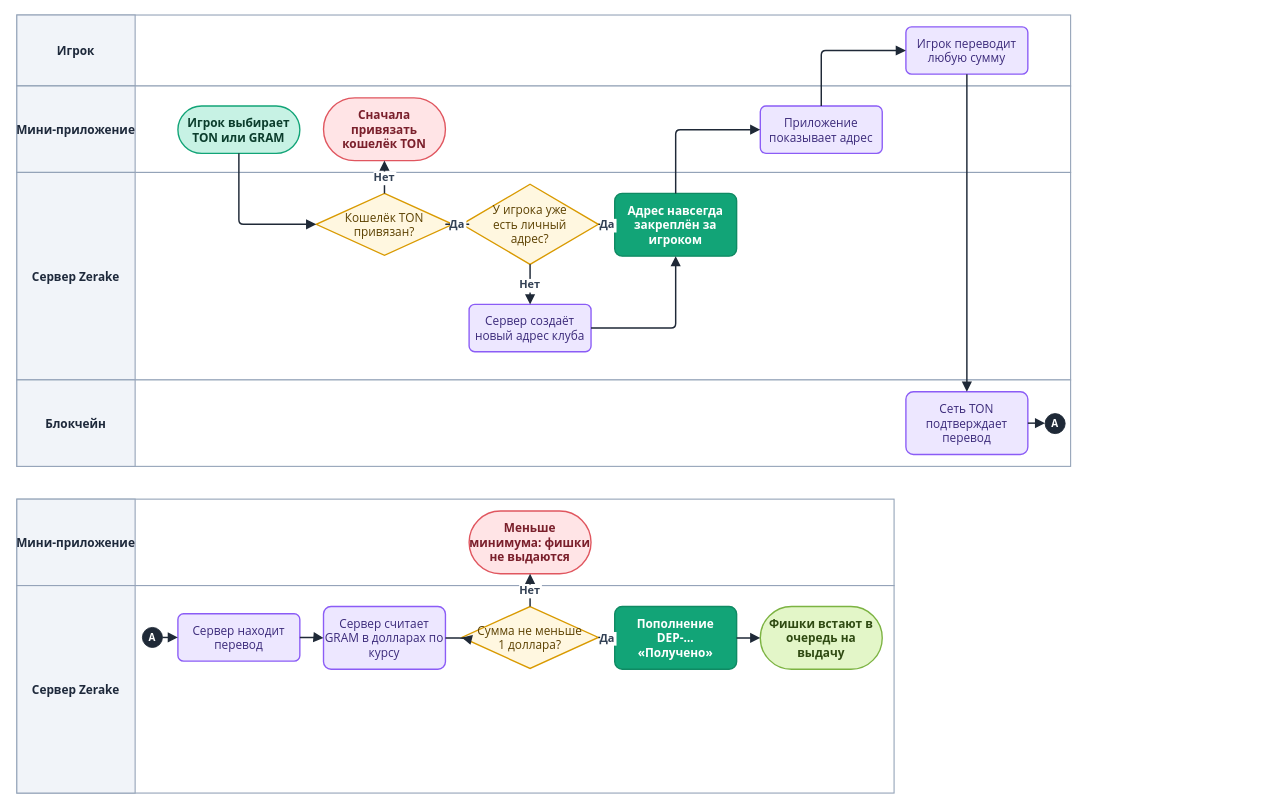
Before: diagrams/drawio/deposit-personal.drawio in LILSUFFER/zerake-docs, a draw.io diagram. Source tidied: cells renumbered, new cells numbered last; positions are measured from the earlier drawing's top-left corner, leaving out a move shared by most shapes. Both pictures are drawn from the tidied source at 91%, with x=0, y=0 at pixel (16, 15).
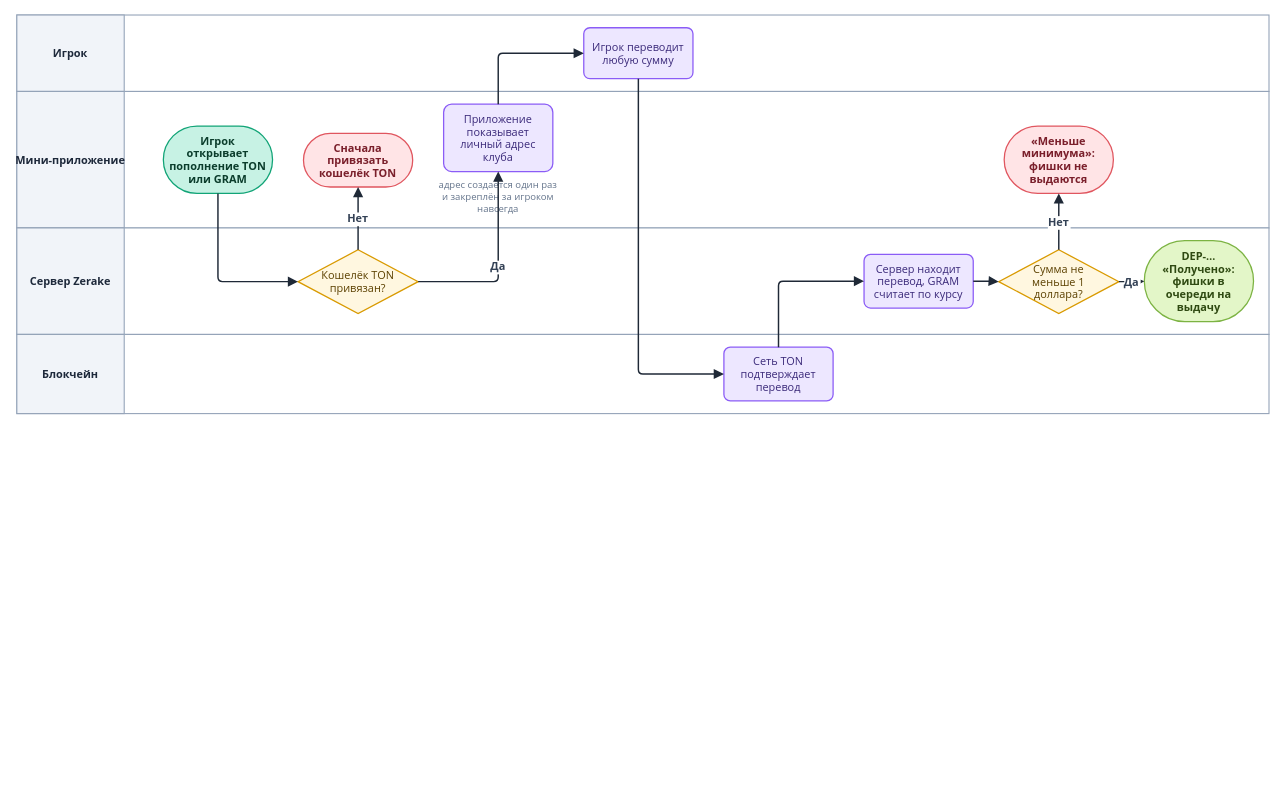
The same diagram, later.

Change to the diagram source:
```diff
@@
     <mxCell id="2" style="rounded=0;html=0;fillColor=#FFFFFF;strokeColor=#94A3B8;strokeWidth=1.2;" parent="1" vertex="1">
-      <mxGeometry width="1158" height="78" as="geometry" />
+      <mxGeometry width="1376" height="84" as="geometry" />
     </mxCell>
-    <mxCell id="3" value="Игрок" style="rounded=0;html=0;fillColor=#F1F4F9;strokeColor=#94A3B8;strokeWidth=1.2;fontColor=#1E293B;fontStyle=1;fontSize=13;fontFamily=Segoe UI;align=center;verticalAlign=middle;" parent="1" vertex="1">
-      <mxGeometry width="130" height="78" as="geometry" />
+    <mxCell id="3" value="Игрок" style="rounded=0;html=0;fillColor=#F1F4F9;strokeColor=#94A3B8;strokeWidth=1.2;fontColor=#1E293B;fontStyle=1;fontSize=12;fontFamily=Segoe UI;align=center;verticalAlign=middle;" parent="1" vertex="1">
+      <mxGeometry width="118" height="84" as="geometry" />
     </mxCell>
     <mxCell id="4" style="rounded=0;html=0;fillColor=#FFFFFF;strokeColor=#94A3B8;strokeWidth=1.2;" parent="1" vertex="1">
-      <mxGeometry y="78" width="1158" height="95" as="geometry" />
+      <mxGeometry y="84" width="1376" height="150" as="geometry" />
     </mxCell>
-    <mxCell id="5" value="Мини-приложение" style="rounded=0;html=0;fillColor=#F1F4F9;strokeColor=#94A3B8;strokeWidth=1.2;fontColor=#1E293B;fontStyle=1;fontSize=13;fontFamily=Segoe UI;align=center;verticalAlign=middle;" parent="1" vertex="1">
-      <mxGeometry y="78" width="130" height="95" as="geometry" />
+    <mxCell id="5" value="Мини-приложение" style="rounded=0;html=0;fillColor=#F1F4F9;strokeColor=#94A3B8;strokeWidth=1.2;fontColor=#1E293B;fontStyle=1;fontSize=12;fontFamily=Segoe UI;align=center;verticalAlign=middle;" parent="1" vertex="1">
+      <mxGeometry y="84" width="118" height="150" as="geometry" />
     </mxCell>
     <mxCell id="6" style="rounded=0;html=0;fillColor=#FFFFFF;strokeColor=#94A3B8;strokeWidth=1.2;" parent="1" vertex="1">
-      <mxGeometry y="173" width="1158" height="228" as="geometry" />
+      <mxGeometry y="234" width="1376" height="117" as="geometry" />
     </mxCell>
-    <mxCell id="7" value="Сервер Zerake" style="rounded=0;html=0;fillColor=#F1F4F9;strokeColor=#94A3B8;strokeWidth=1.2;fontColor=#1E293B;fontStyle=1;fontSize=13;fontFamily=Segoe UI;align=center;verticalAlign=middle;" parent="1" vertex="1">
-      <mxGeometry y="173" width="130" height="228" as="geometry" />
+    <mxCell id="7" value="Сервер Zerake" style="rounded=0;html=0;fillColor=#F1F4F9;strokeColor=#94A3B8;strokeWidth=1.2;fontColor=#1E293B;fontStyle=1;fontSize=12;fontFamily=Segoe UI;align=center;verticalAlign=middle;" parent="1" vertex="1">
+      <mxGeometry y="234" width="118" height="117" as="geometry" />
     </mxCell>
     <mxCell id="8" style="rounded=0;html=0;fillColor=#FFFFFF;strokeColor=#94A3B8;strokeWidth=1.2;" parent="1" vertex="1">
-      <mxGeometry y="401" width="1158" height="95" as="geometry" />
+      <mxGeometry y="351" width="1376" height="87" as="geometry" />
     </mxCell>
-    <mxCell id="9" value="Блокчейн" style="rounded=0;html=0;fillColor=#F1F4F9;strokeColor=#94A3B8;strokeWidth=1.2;fontColor=#1E293B;fontStyle=1;fontSize=13;fontFamily=Segoe UI;align=center;verticalAlign=middle;" parent="1" vertex="1">
-      <mxGeometry y="401" width="130" height="95" as="geometry" />
+    <mxCell id="9" value="Блокчейн" style="rounded=0;html=0;fillColor=#F1F4F9;strokeColor=#94A3B8;strokeWidth=1.2;fontColor=#1E293B;fontStyle=1;fontSize=12;fontFamily=Segoe UI;align=center;verticalAlign=middle;" parent="1" vertex="1">
+      <mxGeometry y="351" width="118" height="87" as="geometry" />
     </mxCell>
-    <mxCell id="10" style="rounded=0;html=0;fillColor=#FFFFFF;strokeColor=#94A3B8;strokeWidth=1.2;" parent="1" vertex="1">
-      <mxGeometry y="532" width="964" height="95" as="geometry" />
-    </mxCell>
-    <mxCell id="11" value="Мини-приложение" style="rounded=0;html=0;fillColor=#F1F4F9;strokeColor=#94A3B8;strokeWidth=1.2;fontColor=#1E293B;fontStyle=1;fontSize=13;fontFamily=Segoe UI;align=center;verticalAlign=middle;" parent="1" vertex="1">
-      <mxGeometry y="532" width="130" height="95" as="geometry" />
-    </mxCell>
-    <mxCell id="12" style="rounded=0;html=0;fillColor=#FFFFFF;strokeColor=#94A3B8;strokeWidth=1.2;" parent="1" vertex="1">
-      <mxGeometry y="627" width="964" height="228" as="geometry" />
-    </mxCell>
-    <mxCell id="13" value="Сервер Zerake" style="rounded=0;html=0;fillColor=#F1F4F9;strokeColor=#94A3B8;strokeWidth=1.2;fontColor=#1E293B;fontStyle=1;fontSize=13;fontFamily=Segoe UI;align=center;verticalAlign=middle;" parent="1" vertex="1">
-      <mxGeometry y="627" width="130" height="228" as="geometry" />
-    </mxCell>
-    <mxCell id="14" value="Игрок выбирает&#10;TON или GRAM" style="rounded=1;arcSize=50;html=0;fontStyle=1;fillColor=#C7F2E4;strokeColor=#12A477;fontColor=#0B3D2C;fontFamily=Segoe UI;fontSize=13;strokeWidth=1.5;" parent="1" vertex="1">
-      <mxGeometry x="177" y="100" width="134" height="52" as="geometry" />
+    <mxCell id="14" value="Игрок&#10;открывает&#10;пополнение TON&#10;или GRAM" style="rounded=1;arcSize=50;html=0;fontStyle=1;fillColor=#C7F2E4;strokeColor=#12A477;fontColor=#0B3D2C;fontFamily=Segoe UI;fontSize=12;strokeWidth=1.4;" parent="1" vertex="1">
+      <mxGeometry x="161" y="122" width="120" height="74" as="geometry" />
     </mxCell>
-    <mxCell id="15" value="Кошелёк TON&#10;привязан?" style="rhombus;html=0;fillColor=#FFF7E0;strokeColor=#D99A00;fontColor=#5C4100;fontFamily=Segoe UI;fontSize=13;strokeWidth=1.5;" parent="1" vertex="1">
-      <mxGeometry x="329" y="196" width="150" height="68" as="geometry" />
+    <mxCell id="15" value="Кошелёк TON&#10;привязан?" style="rhombus;html=0;fillColor=#FFF7E0;strokeColor=#D99A00;fontColor=#5C4100;fontFamily=Segoe UI;fontSize=12;strokeWidth=1.4;" parent="1" vertex="1">
+      <mxGeometry x="309" y="258" width="132" height="70" as="geometry" />
     </mxCell>
-    <mxCell id="16" value="Сначала&#10;привязать&#10;кошелёк TON" style="rounded=1;arcSize=50;html=0;fontStyle=1;fillColor=#FFE4E6;strokeColor=#E0565F;fontColor=#7A1F2B;fontFamily=Segoe UI;fontSize=13;strokeWidth=1.5;" parent="1" vertex="1">
-      <mxGeometry x="337" y="91" width="134" height="69" as="geometry" />
+    <mxCell id="16" value="Сначала&#10;привязать&#10;кошелёк TON" style="rounded=1;arcSize=50;html=0;fontStyle=1;fillColor=#FFE4E6;strokeColor=#E0565F;fontColor=#7A1F2B;fontFamily=Segoe UI;fontSize=12;strokeWidth=1.4;" parent="1" vertex="1">
+      <mxGeometry x="315" y="130" width="120" height="59" as="geometry" />
     </mxCell>
-    <mxCell id="17" value="У игрока уже&#10;есть личный&#10;адрес?" style="rhombus;html=0;fillColor=#FFF7E0;strokeColor=#D99A00;fontColor=#5C4100;fontFamily=Segoe UI;fontSize=13;strokeWidth=1.5;" parent="1" vertex="1">
-      <mxGeometry x="489" y="186" width="150" height="88" as="geometry" />
-    </mxCell>
-    <mxCell id="18" value="Сервер создаёт&#10;новый адрес клуба" style="rounded=1;arcSize=12;html=0;fillColor=#EDE7FF;strokeColor=#8B5CF6;fontColor=#3B2A7A;fontFamily=Segoe UI;fontSize=13;strokeWidth=1.5;" parent="1" vertex="1">
-      <mxGeometry x="497" y="318" width="134" height="52" as="geometry" />
-    </mxCell>
+    <mxCell id="47" value="адрес создаётся один раз&#10;и закреплён за игроком&#10;навсегда" style="text;html=0;align=center;verticalAlign=top;fontFamily=Segoe UI;fontSize=10.5;fontColor=#64748B;" parent="1" vertex="1">
+      <mxGeometry x="449" y="174" width="160" height="48" as="geometry" />
+    </mxCell>
-    <mxCell id="19" value="Адрес навсегда&#10;закреплён за&#10;игроком" style="rounded=1;arcSize=12;html=0;fillColor=#12A477;strokeColor=#0F8A63;fontColor=#FFFFFF;fontStyle=1;fontFamily=Segoe UI;fontSize=13;strokeWidth=1.5;" parent="1" vertex="1">
-      <mxGeometry x="657" y="196" width="134" height="69" as="geometry" />
+    <mxCell id="19" value="Приложение&#10;показывает&#10;личный адрес&#10;клуба" style="rounded=1;arcSize=12;html=0;fillColor=#EDE7FF;strokeColor=#8B5CF6;fontColor=#3B2A7A;fontFamily=Segoe UI;fontSize=12;strokeWidth=1.4;" parent="1" vertex="1">
+      <mxGeometry x="469" y="98" width="120" height="74" as="geometry" />
     </mxCell>
-    <mxCell id="20" value="Приложение&#10;показывает адрес" style="rounded=1;arcSize=12;html=0;fillColor=#EDE7FF;strokeColor=#8B5CF6;fontColor=#3B2A7A;fontFamily=Segoe UI;fontSize=13;strokeWidth=1.5;" parent="1" vertex="1">
-      <mxGeometry x="817" y="100" width="134" height="52" as="geometry" />
-    </mxCell>
-    <mxCell id="21" value="Игрок переводит&#10;любую сумму" style="rounded=1;arcSize=12;html=0;fillColor=#EDE7FF;strokeColor=#8B5CF6;fontColor=#3B2A7A;fontFamily=Segoe UI;fontSize=13;strokeWidth=1.5;" parent="1" vertex="1">
-      <mxGeometry x="977" y="13" width="134" height="52" as="geometry" />
+    <mxCell id="21" value="Игрок переводит&#10;любую сумму" style="rounded=1;arcSize=12;html=0;fillColor=#EDE7FF;strokeColor=#8B5CF6;fontColor=#3B2A7A;fontFamily=Segoe UI;fontSize=12;strokeWidth=1.4;" parent="1" vertex="1">
+      <mxGeometry x="623" y="14" width="120" height="56" as="geometry" />
     </mxCell>
-    <mxCell id="22" value="Сеть TON&#10;подтверждает&#10;перевод" style="rounded=1;arcSize=12;html=0;fillColor=#EDE7FF;strokeColor=#8B5CF6;fontColor=#3B2A7A;fontFamily=Segoe UI;fontSize=13;strokeWidth=1.5;" parent="1" vertex="1">
-      <mxGeometry x="977" y="414" width="134" height="69" as="geometry" />
+    <mxCell id="22" value="Сеть TON&#10;подтверждает&#10;перевод" style="rounded=1;arcSize=12;html=0;fillColor=#EDE7FF;strokeColor=#8B5CF6;fontColor=#3B2A7A;fontFamily=Segoe UI;fontSize=12;strokeWidth=1.4;" parent="1" vertex="1">
+      <mxGeometry x="777" y="365" width="120" height="59" as="geometry" />
     </mxCell>
-    <mxCell id="23" value="Сервер находит&#10;перевод" style="rounded=1;arcSize=12;html=0;fillColor=#EDE7FF;strokeColor=#8B5CF6;fontColor=#3B2A7A;fontFamily=Segoe UI;fontSize=13;strokeWidth=1.5;" parent="1" vertex="1">
-      <mxGeometry x="177" y="658" width="134" height="52" as="geometry" />
+    <mxCell id="23" value="Сервер находит&#10;перевод, GRAM&#10;считает по курсу" style="rounded=1;arcSize=12;html=0;fillColor=#EDE7FF;strokeColor=#8B5CF6;fontColor=#3B2A7A;fontFamily=Segoe UI;fontSize=12;strokeWidth=1.4;" parent="1" vertex="1">
+      <mxGeometry x="931" y="263" width="120" height="59" as="geometry" />
     </mxCell>
-    <mxCell id="24" value="Сервер считает&#10;GRAM в долларах по&#10;курсу" style="rounded=1;arcSize=12;html=0;fillColor=#EDE7FF;strokeColor=#8B5CF6;fontColor=#3B2A7A;fontFamily=Segoe UI;fontSize=13;strokeWidth=1.5;" parent="1" vertex="1">
-      <mxGeometry x="337" y="650" width="134" height="69" as="geometry" />
-    </mxCell>
-    <mxCell id="25" value="Сумма не меньше&#10;1 доллара?" style="rhombus;html=0;fillColor=#FFF7E0;strokeColor=#D99A00;fontColor=#5C4100;fontFamily=Segoe UI;fontSize=13;strokeWidth=1.5;" parent="1" vertex="1">
-      <mxGeometry x="489" y="650" width="150" height="68" as="geometry" />
+    <mxCell id="25" value="Сумма не&#10;меньше 1&#10;доллара?" style="rhombus;html=0;fillColor=#FFF7E0;strokeColor=#D99A00;fontColor=#5C4100;fontFamily=Segoe UI;fontSize=12;strokeWidth=1.4;" parent="1" vertex="1">
+      <mxGeometry x="1079" y="258" width="132" height="70" as="geometry" />
     </mxCell>
-    <mxCell id="26" value="Меньше&#10;минимума: фишки&#10;не выдаются" style="rounded=1;arcSize=50;html=0;fontStyle=1;fillColor=#FFE4E6;strokeColor=#E0565F;fontColor=#7A1F2B;fontFamily=Segoe UI;fontSize=13;strokeWidth=1.5;" parent="1" vertex="1">
-      <mxGeometry x="497" y="545" width="134" height="69" as="geometry" />
+    <mxCell id="26" value="«Меньше&#10;минимума»:&#10;фишки не&#10;выдаются" style="rounded=1;arcSize=50;html=0;fontStyle=1;fillColor=#FFE4E6;strokeColor=#E0565F;fontColor=#7A1F2B;fontFamily=Segoe UI;fontSize=12;strokeWidth=1.4;" parent="1" vertex="1">
+      <mxGeometry x="1085" y="122" width="120" height="74" as="geometry" />
     </mxCell>
-    <mxCell id="27" value="Пополнение&#10;DEP-…&#10;«Получено»" style="rounded=1;arcSize=12;html=0;fillColor=#12A477;strokeColor=#0F8A63;fontColor=#FFFFFF;fontStyle=1;fontFamily=Segoe UI;fontSize=13;strokeWidth=1.5;" parent="1" vertex="1">
-      <mxGeometry x="657" y="650" width="134" height="69" as="geometry" />
+    <mxCell id="27" value="DEP-…&#10;«Получено»:&#10;фишки в&#10;очереди на&#10;выдачу" style="rounded=1;arcSize=50;html=0;fontStyle=1;fillColor=#E3F6C8;strokeColor=#7CB342;fontColor=#2F4A12;fontFamily=Segoe UI;fontSize=12;strokeWidth=1.4;" parent="1" vertex="1">
+      <mxGeometry x="1239" y="248" width="120" height="89" as="geometry" />
     </mxCell>
-    <mxCell id="28" value="Фишки встают в&#10;очередь на&#10;выдачу" style="rounded=1;arcSize=50;html=0;fontStyle=1;fillColor=#E3F6C8;strokeColor=#7CB342;fontColor=#2F4A12;fontFamily=Segoe UI;fontSize=13;strokeWidth=1.5;" parent="1" vertex="1">
-      <mxGeometry x="817" y="650" width="134" height="69" as="geometry" />
-    </mxCell>
@@
-    <mxCell id="31" value="Да" style="edgeStyle=orthogonalEdgeStyle;rounded=1;arcSize=10;jettySize=auto;html=0;strokeColor=#1F2937;strokeWidth=1.6;endArrow=block;endFill=1;endSize=7;fontFamily=Segoe UI;fontSize=12;fontStyle=1;fontColor=#334155;labelBackgroundColor=#FFFFFF;" parent="1" edge="1" source="15" target="17">
+    <mxCell id="31" value="Да" style="edgeStyle=orthogonalEdgeStyle;rounded=1;arcSize=10;jettySize=auto;html=0;strokeColor=#1F2937;strokeWidth=1.6;endArrow=block;endFill=1;endSize=7;fontFamily=Segoe UI;fontSize=12;fontStyle=1;fontColor=#334155;labelBackgroundColor=#FFFFFF;exitX=1;exitY=0.5;entryX=0.5;entryY=1;" parent="1" edge="1" source="15" target="19">
       <mxGeometry relative="1" as="geometry" />
     </mxCell>
-    <mxCell id="32" value="Нет" style="edgeStyle=orthogonalEdgeStyle;rounded=1;arcSize=10;jettySize=auto;html=0;strokeColor=#1F2937;strokeWidth=1.6;endArrow=block;endFill=1;endSize=7;fontFamily=Segoe UI;fontSize=12;fontStyle=1;fontColor=#334155;labelBackgroundColor=#FFFFFF;" parent="1" edge="1" source="17" target="18">
+    <mxCell id="32" style="edgeStyle=orthogonalEdgeStyle;rounded=1;arcSize=10;jettySize=auto;html=0;strokeColor=#1F2937;strokeWidth=1.6;endArrow=block;endFill=1;endSize=7;fontFamily=Segoe UI;fontSize=12;fontStyle=1;fontColor=#334155;labelBackgroundColor=#FFFFFF;exitX=0.5;exitY=0;entryX=0;entryY=0.5;" parent="1" edge="1" source="19" target="21">
       <mxGeometry relative="1" as="geometry" />
     </mxCell>
-    <mxCell id="33" style="edgeStyle=orthogonalEdgeStyle;rounded=1;arcSize=10;jettySize=auto;html=0;strokeColor=#1F2937;strokeWidth=1.6;endArrow=block;endFill=1;endSize=7;fontFamily=Segoe UI;fontSize=12;fontStyle=1;fontColor=#334155;labelBackgroundColor=#FFFFFF;exitX=1;exitY=0.5;entryX=0.5;entryY=1;" parent="1" edge="1" source="18" target="19">
+    <mxCell id="33" style="edgeStyle=orthogonalEdgeStyle;rounded=1;arcSize=10;jettySize=auto;html=0;strokeColor=#1F2937;strokeWidth=1.6;endArrow=block;endFill=1;endSize=7;fontFamily=Segoe UI;fontSize=12;fontStyle=1;fontColor=#334155;labelBackgroundColor=#FFFFFF;exitX=0.5;exitY=1;entryX=0;entryY=0.5;" parent="1" edge="1" source="21" target="22">
       <mxGeometry relative="1" as="geometry" />
     </mxCell>
-    <mxCell id="34" value="Да" style="edgeStyle=orthogonalEdgeStyle;rounded=1;arcSize=10;jettySize=auto;html=0;strokeColor=#1F2937;strokeWidth=1.6;endArrow=block;endFill=1;endSize=7;fontFamily=Segoe UI;fontSize=12;fontStyle=1;fontColor=#334155;labelBackgroundColor=#FFFFFF;" parent="1" edge="1" source="17" target="19">
+    <mxCell id="34" style="edgeStyle=orthogonalEdgeStyle;rounded=1;arcSize=10;jettySize=auto;html=0;strokeColor=#1F2937;strokeWidth=1.6;endArrow=block;endFill=1;endSize=7;fontFamily=Segoe UI;fontSize=12;fontStyle=1;fontColor=#334155;labelBackgroundColor=#FFFFFF;exitX=0.5;exitY=0;entryX=0;entryY=0.5;" parent="1" edge="1" source="22" target="23">
       <mxGeometry relative="1" as="geometry" />
     </mxCell>
-    <mxCell id="35" style="edgeStyle=orthogonalEdgeStyle;rounded=1;arcSize=10;jettySize=auto;html=0;strokeColor=#1F2937;strokeWidth=1.6;endArrow=block;endFill=1;endSize=7;fontFamily=Segoe UI;fontSize=12;fontStyle=1;fontColor=#334155;labelBackgroundColor=#FFFFFF;exitX=0.5;exitY=0;entryX=0;entryY=0.5;" parent="1" edge="1" source="19" target="20">
+    <mxCell id="35" style="edgeStyle=orthogonalEdgeStyle;rounded=1;arcSize=10;jettySize=auto;html=0;strokeColor=#1F2937;strokeWidth=1.6;endArrow=block;endFill=1;endSize=7;fontFamily=Segoe UI;fontSize=12;fontStyle=1;fontColor=#334155;labelBackgroundColor=#FFFFFF;" parent="1" edge="1" source="23" target="25">
       <mxGeometry relative="1" as="geometry" />
     </mxCell>
-    <mxCell id="36" style="edgeStyle=orthogonalEdgeStyle;rounded=1;arcSize=10;jettySize=auto;html=0;strokeColor=#1F2937;strokeWidth=1.6;endArrow=block;endFill=1;endSize=7;fontFamily=Segoe UI;fontSize=12;fontStyle=1;fontColor=#334155;labelBackgroundColor=#FFFFFF;exitX=0.5;exitY=0;entryX=0;entryY=0.5;" parent="1" edge="1" source="20" target="21">
+    <mxCell id="36" value="Нет" style="edgeStyle=orthogonalEdgeStyle;rounded=1;arcSize=10;jettySize=auto;html=0;strokeColor=#1F2937;strokeWidth=1.6;endArrow=block;endFill=1;endSize=7;fontFamily=Segoe UI;fontSize=12;fontStyle=1;fontColor=#334155;labelBackgroundColor=#FFFFFF;" parent="1" edge="1" source="25" target="26">
       <mxGeometry relative="1" as="geometry" />
     </mxCell>
-    <mxCell id="37" style="edgeStyle=orthogonalEdgeStyle;rounded=1;arcSize=10;jettySize=auto;html=0;strokeColor=#1F2937;strokeWidth=1.6;endArrow=block;endFill=1;endSize=7;fontFamily=Segoe UI;fontSize=12;fontStyle=1;fontColor=#334155;labelBackgroundColor=#FFFFFF;" parent="1" edge="1" source="21" target="22">
+    <mxCell id="37" value="Да" style="edgeStyle=orthogonalEdgeStyle;rounded=1;arcSize=10;jettySize=auto;html=0;strokeColor=#1F2937;strokeWidth=1.6;endArrow=block;endFill=1;endSize=7;fontFamily=Segoe UI;fontSize=12;fontStyle=1;fontColor=#334155;labelBackgroundColor=#FFFFFF;" parent="1" edge="1" source="25" target="27">
       <mxGeometry relative="1" as="geometry" />
     </mxCell>
-    <mxCell id="38" value="A" style="ellipse;html=0;fillColor=#1F2937;strokeColor=#1F2937;fontColor=#FFFFFF;fontStyle=1;fontSize=11;fontFamily=Segoe UI;" parent="1" vertex="1">
-      <mxGeometry x="1130" y="438" width="22" height="22" as="geometry" />
-    </mxCell>
-    <mxCell id="39" value="A" style="ellipse;html=0;fillColor=#1F2937;strokeColor=#1F2937;fontColor=#FFFFFF;fontStyle=1;fontSize=11;fontFamily=Segoe UI;" parent="1" vertex="1">
-      <mxGeometry x="138" y="673" width="22" height="22" as="geometry" />
-    </mxCell>
-    <mxCell id="40" style="edgeStyle=orthogonalEdgeStyle;rounded=1;arcSize=10;jettySize=auto;html=0;strokeColor=#1F2937;strokeWidth=1.6;endArrow=block;endFill=1;endSize=7;fontFamily=Segoe UI;fontSize=12;fontStyle=1;fontColor=#334155;labelBackgroundColor=#FFFFFF;exitX=1;exitY=0.5;entryX=0;entryY=0.5;" parent="1" edge="1" source="22" target="38">
-      <mxGeometry relative="1" as="geometry" />
-    </mxCell>
-    <mxCell id="41" style="edgeStyle=orthogonalEdgeStyle;rounded=1;arcSize=10;jettySize=auto;html=0;strokeColor=#1F2937;strokeWidth=1.6;endArrow=block;endFill=1;endSize=7;fontFamily=Segoe UI;fontSize=12;fontStyle=1;fontColor=#334155;labelBackgroundColor=#FFFFFF;exitX=1;exitY=0.5;entryX=0;entryY=0.5;" parent="1" edge="1" source="39" target="23">
-      <mxGeometry relative="1" as="geometry" />
-    </mxCell>
-    <mxCell id="42" style="edgeStyle=orthogonalEdgeStyle;rounded=1;arcSize=10;jettySize=auto;html=0;strokeColor=#1F2937;strokeWidth=1.6;endArrow=block;endFill=1;endSize=7;fontFamily=Segoe UI;fontSize=12;fontStyle=1;fontColor=#334155;labelBackgroundColor=#FFFFFF;" parent="1" edge="1" source="23" target="24">
-      <mxGeometry relative="1" as="geometry" />
-    </mxCell>
-    <mxCell id="43" style="edgeStyle=orthogonalEdgeStyle;rounded=1;arcSize=10;jettySize=auto;html=0;strokeColor=#1F2937;strokeWidth=1.6;endArrow=block;endFill=1;endSize=7;fontFamily=Segoe UI;fontSize=12;fontStyle=1;fontColor=#334155;labelBackgroundColor=#FFFFFF;" parent="1" edge="1" source="24" target="25">
-      <mxGeometry relative="1" as="geometry" />
-    </mxCell>
-    <mxCell id="44" value="Нет" style="edgeStyle=orthogonalEdgeStyle;rounded=1;arcSize=10;jettySize=auto;html=0;strokeColor=#1F2937;strokeWidth=1.6;endArrow=block;endFill=1;endSize=7;fontFamily=Segoe UI;fontSize=12;fontStyle=1;fontColor=#334155;labelBackgroundColor=#FFFFFF;" parent="1" edge="1" source="25" target="26">
-      <mxGeometry relative="1" as="geometry" />
-    </mxCell>
-    <mxCell id="45" value="Да" style="edgeStyle=orthogonalEdgeStyle;rounded=1;arcSize=10;jettySize=auto;html=0;strokeColor=#1F2937;strokeWidth=1.6;endArrow=block;endFill=1;endSize=7;fontFamily=Segoe UI;fontSize=12;fontStyle=1;fontColor=#334155;labelBackgroundColor=#FFFFFF;" parent="1" edge="1" source="25" target="27">
-      <mxGeometry relative="1" as="geometry" />
-    </mxCell>
-    <mxCell id="46" style="edgeStyle=orthogonalEdgeStyle;rounded=1;arcSize=10;jettySize=auto;html=0;strokeColor=#1F2937;strokeWidth=1.6;endArrow=block;endFill=1;endSize=7;fontFamily=Segoe UI;fontSize=12;fontStyle=1;fontColor=#334155;labelBackgroundColor=#FFFFFF;" parent="1" edge="1" source="27" target="28">
-      <mxGeometry relative="1" as="geometry" />
-    </mxCell>
```
